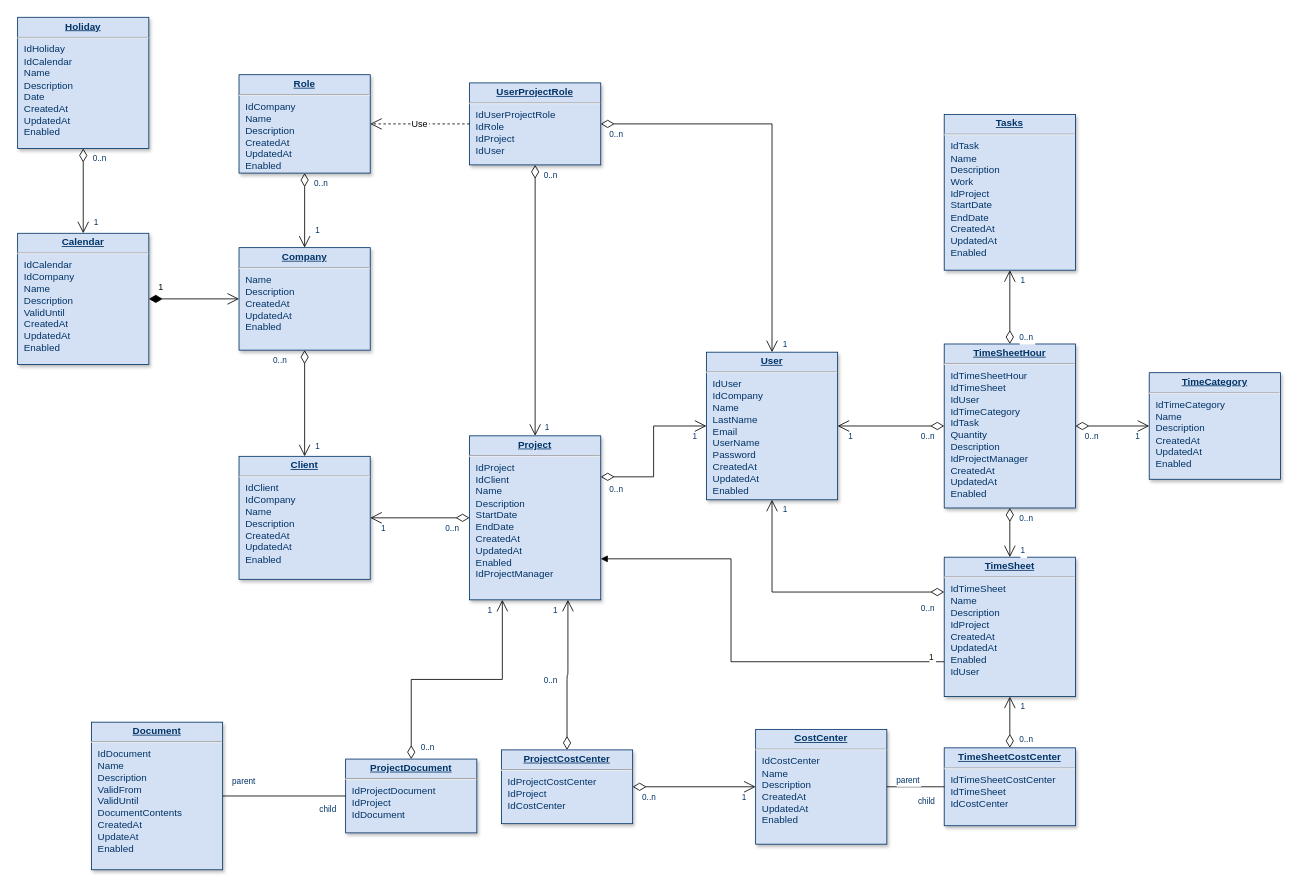
This is Untitled Diagram.drawio from rafa-leo/rafa-leo, a draw.io file, before an edit. Source tidied: cells renumbered, new cells numbered last; positions are measured from the earlier drawing's top-left corner, leaving out a move shared by most shapes. Both pictures are drawn from the tidied source at 82%, with x=0, y=0 at pixel (17, 17).
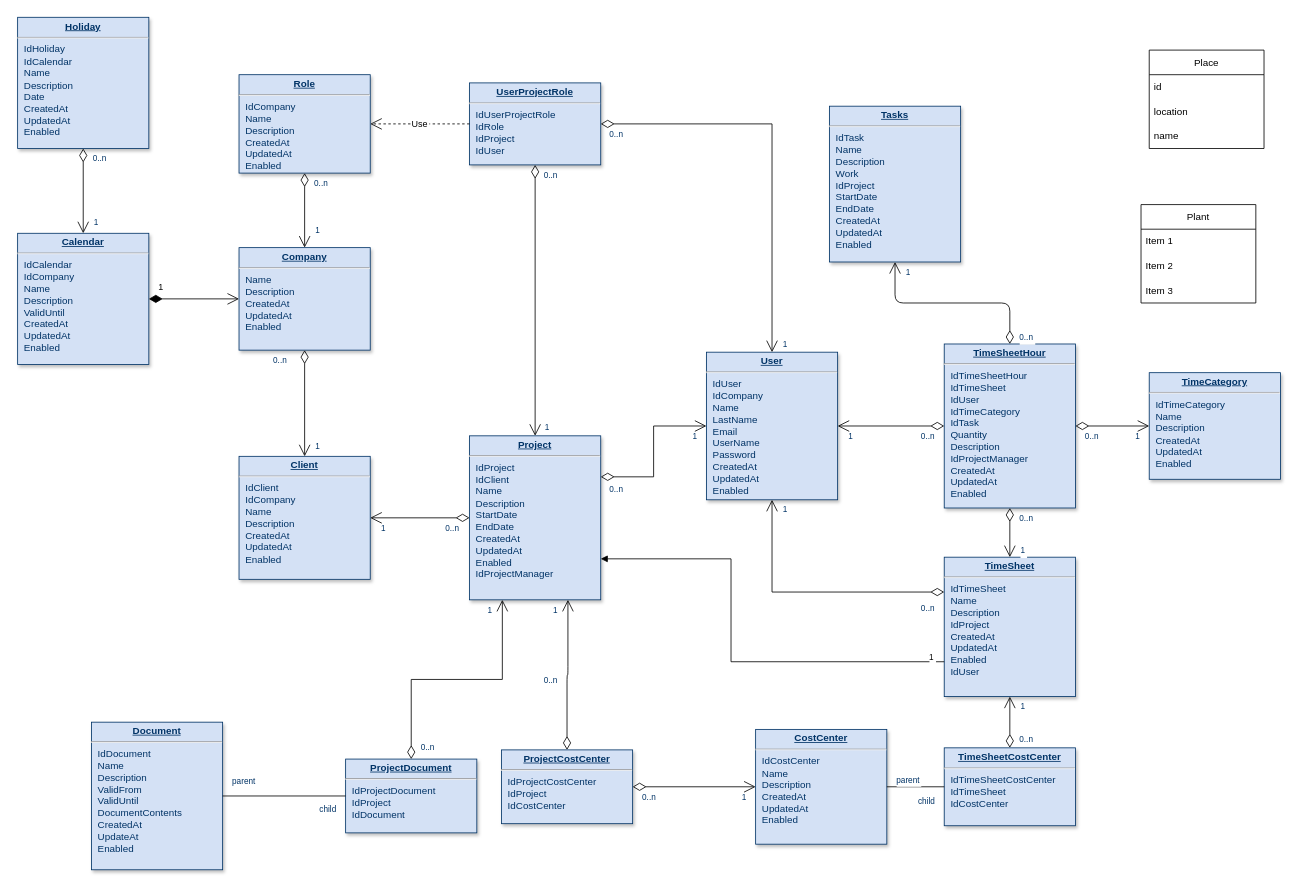
The same diagram, later.

What changed in the source:
```diff
@@
     <mxCell id="18" value="&lt;p style=&quot;margin: 0px; margin-top: 4px; text-align: center; text-decoration: underline;&quot;&gt;&lt;strong&gt;Tasks&lt;/strong&gt;&lt;/p&gt;&lt;hr /&gt;&lt;p style=&quot;margin: 0px; margin-left: 8px;&quot;&gt;IdTask&lt;/p&gt;&lt;p style=&quot;margin: 0px; margin-left: 8px;&quot;&gt;Name&lt;/p&gt;&lt;p style=&quot;margin: 0px; margin-left: 8px;&quot;&gt;Description&lt;/p&gt;&lt;p style=&quot;margin: 0px; margin-left: 8px;&quot;&gt;Work&lt;/p&gt;&lt;p style=&quot;margin: 0px; margin-left: 8px;&quot;&gt;IdProject&lt;/p&gt;&lt;p style=&quot;margin: 0px; margin-left: 8px;&quot;&gt;StartDate&lt;/p&gt;&lt;p style=&quot;margin: 0px; margin-left: 8px;&quot;&gt;EndDate&lt;/p&gt;&lt;p style=&quot;margin: 0px; margin-left: 8px;&quot;&gt;CreatedAt&lt;/p&gt;&lt;p style=&quot;margin: 0px; margin-left: 8px;&quot;&gt;UpdatedAt&lt;/p&gt;&lt;p style=&quot;margin: 0px; margin-left: 8px;&quot;&gt;Enabled&lt;/p&gt;" style="verticalAlign=top;align=left;overflow=fill;fontSize=12;fontFamily=Helvetica;html=1;strokeColor=#003366;shadow=1;fillColor=#D4E1F5;fontColor=#003366;" parent="1" vertex="1">
-      <mxGeometry x="1130" y="118" width="160" height="190" as="geometry" />
+      <mxGeometry x="990" y="108" width="160" height="190" as="geometry" />
     </mxCell>
@@
+    <mxCell id="77" value="Place" style="swimlane;fontStyle=0;horizontal=1;startSize=30;whiteSpace=wrap;html=1;" parent="1" vertex="1">
+      <mxGeometry x="1380" y="39.6" width="140" height="120" as="geometry" />
+    </mxCell>
+    <mxCell id="78" value="id" style="text;strokeColor=none;fillColor=none;align=left;verticalAlign=middle;spacingLeft=4;spacingRight=4;overflow=hidden;whiteSpace=wrap;html=1;" parent="77" vertex="1">
+      <mxGeometry y="30" width="140" height="30" as="geometry" />
+    </mxCell>
+    <mxCell id="79" value="location" style="text;strokeColor=none;fillColor=none;align=left;verticalAlign=middle;spacingLeft=4;spacingRight=4;overflow=hidden;whiteSpace=wrap;html=1;" parent="77" vertex="1">
+      <mxGeometry y="60" width="140" height="30" as="geometry" />
+    </mxCell>
+    <mxCell id="80" value="name" style="text;strokeColor=none;fillColor=none;align=left;verticalAlign=middle;spacingLeft=4;spacingRight=4;overflow=hidden;whiteSpace=wrap;html=1;" parent="77" vertex="1">
+      <mxGeometry y="90" width="140" height="30" as="geometry" />
+    </mxCell>
+    <mxCell id="81" value="Plant" style="swimlane;fontStyle=0;horizontal=1;startSize=30;whiteSpace=wrap;html=1;" parent="1" vertex="1">
+      <mxGeometry x="1370" y="228" width="140" height="120" as="geometry" />
+    </mxCell>
+    <mxCell id="82" value="Item 1" style="text;strokeColor=none;fillColor=none;align=left;verticalAlign=middle;spacingLeft=4;spacingRight=4;overflow=hidden;whiteSpace=wrap;html=1;" parent="81" vertex="1">
+      <mxGeometry y="30" width="140" height="30" as="geometry" />
+    </mxCell>
+    <mxCell id="83" value="Item 2" style="text;strokeColor=none;fillColor=none;align=left;verticalAlign=middle;spacingLeft=4;spacingRight=4;overflow=hidden;whiteSpace=wrap;html=1;" parent="81" vertex="1">
+      <mxGeometry y="60" width="140" height="30" as="geometry" />
+    </mxCell>
+    <mxCell id="84" value="Item 3" style="text;strokeColor=none;fillColor=none;align=left;verticalAlign=middle;spacingLeft=4;spacingRight=4;overflow=hidden;whiteSpace=wrap;html=1;" parent="81" vertex="1">
+      <mxGeometry y="90" width="140" height="30" as="geometry" />
+    </mxCell>
```
